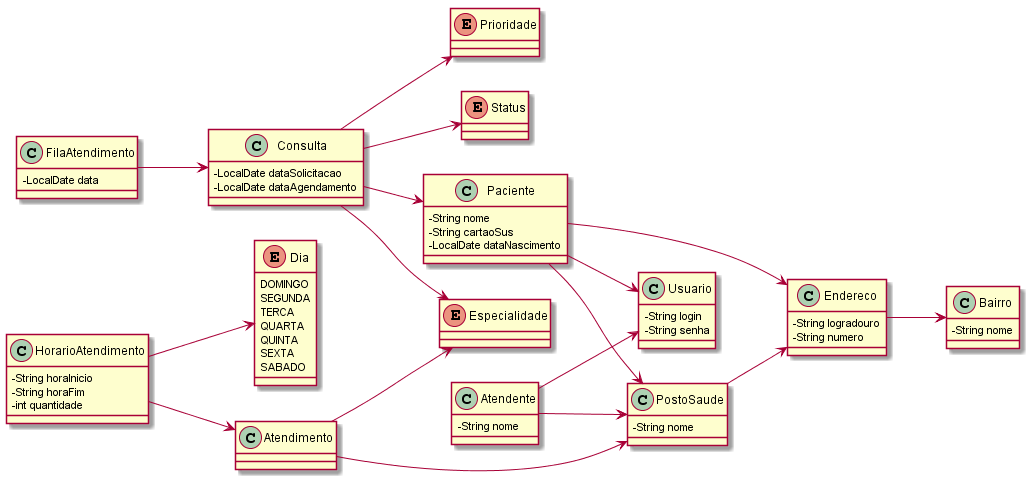
This is docs/uml/saudegaranhuns-classes.png from ifpe-cti/saudegaranhuns, a PlantUML export, as it was before one commit.
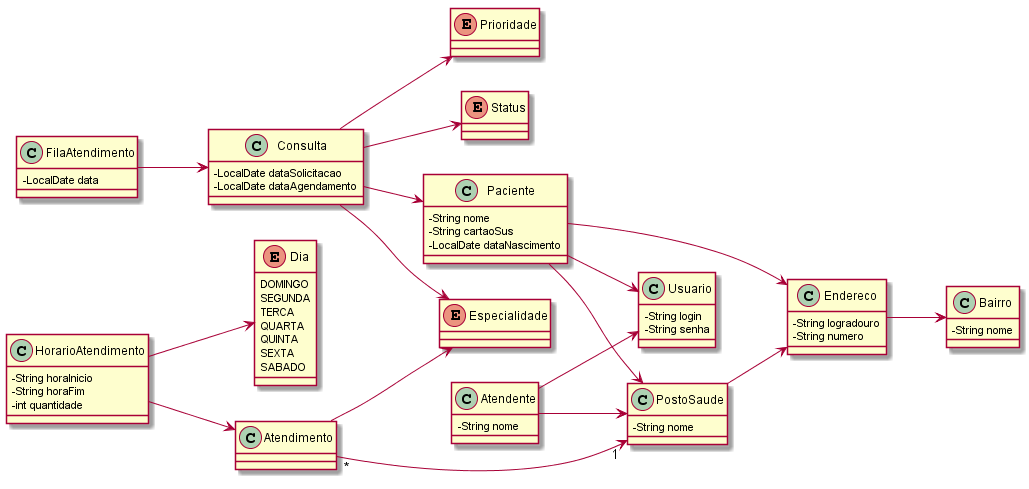
Above is the later version.

Commit message:
Atualização da imagem do diagrama de classes

Change to the diagram source:
```diff
@@ -87,7 +87,7 @@
 Endereco --> Bairro
 
 Atendimento --> Especialidade
-Atendimento --> PostoSaude
+Atendimento "*" --> "1" PostoSaude
 
 HorarioAtendimento --> Dia
 HorarioAtendimento --> Atendimento
```
